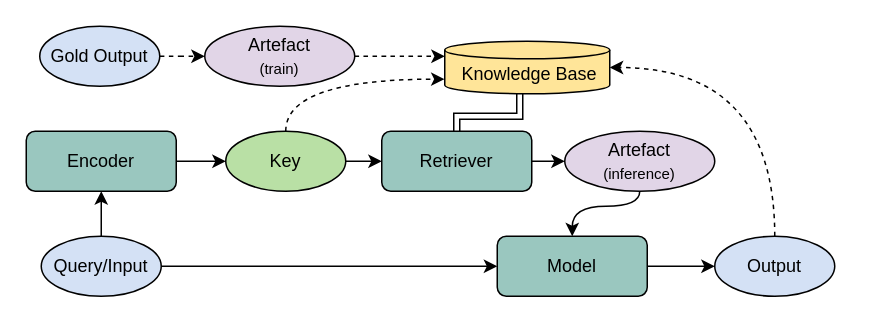
The draw.io diagram nlp_knowledge_graphs/paper/artefacts_1.drawio in zouharvi/uds-rug-student, before the edit. Source tidied: cells renumbered, new cells numbered last; positions are measured from the earlier drawing's top-left corner, leaving out a move shared by most shapes. Both pictures are drawn from the tidied source at 150%, with x=0, y=0 at pixel (26, 26).
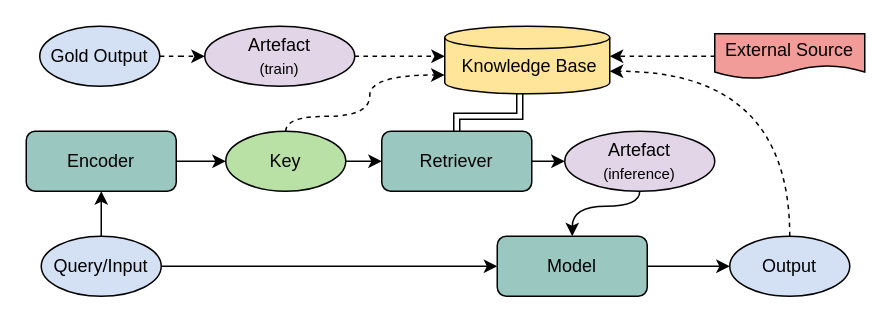
The same diagram, later.

Commit message (it also covers changes not shown here):
add projection 1 distances

The change refers to these unchanged cells:
```xml
<mxCell id="5" value="&lt;div&gt;Artefact&lt;/div&gt;&lt;div&gt;&lt;font style=&quot;font-size: 10px&quot;&gt;(train)&lt;/font&gt;&lt;br&gt;&lt;/div&gt;" style="ellipse;whiteSpace=wrap;html=1;fillColor=#E1D5E7;" parent="1" vertex="1">
  <mxGeometry x="119" width="100" height="40" as="geometry" />
</mxCell>
<mxCell id="10" value="Key" style="ellipse;whiteSpace=wrap;html=1;fillColor=#B9E0A5;" parent="1" vertex="1">
  <mxGeometry x="133" y="70" width="80" height="40" as="geometry" />
</mxCell>
```

Change to the diagram source:
```diff
@@
-    <mxCell id="4" style="edgeStyle=orthogonalEdgeStyle;curved=1;rounded=0;jettySize=auto;html=1;entryX=0;entryY=0.286;entryDx=0;entryDy=0;entryPerimeter=0;dashed=1;" parent="1" edge="1" source="5" target="21">
+    <mxCell id="4" style="edgeStyle=orthogonalEdgeStyle;curved=1;rounded=0;jettySize=auto;html=1;entryX=0;entryY=0.444;entryDx=0;entryDy=0;entryPerimeter=0;dashed=1;" parent="1" edge="1" source="5" target="21">
       <mxGeometry relative="1" as="geometry" />
     </mxCell>
@@
     <mxCell id="8" style="edgeStyle=orthogonalEdgeStyle;curved=1;rounded=0;jettySize=auto;html=1;dashed=1;exitX=0.5;exitY=0;exitDx=0;exitDy=0;entryX=-0.001;entryY=0.722;entryDx=0;entryDy=0;entryPerimeter=0;" parent="1" edge="1" source="10" target="21">
       <mxGeometry relative="1" as="geometry">
         <Array as="points">
-          <mxPoint x="173" y="35" />
+          <mxPoint x="173" y="60" />
+          <mxPoint x="229" y="60" />
+          <mxPoint x="229" y="33" />
         </Array>
       </mxGeometry>
     </mxCell>
@@
-    <mxCell id="16" style="edgeStyle=orthogonalEdgeStyle;curved=1;rounded=0;jettySize=auto;html=1;entryX=1;entryY=0.5;entryDx=0;entryDy=0;entryPerimeter=0;dashed=1;" parent="1" edge="1" source="17" target="21">
+    <mxCell id="16" style="edgeStyle=orthogonalEdgeStyle;curved=1;rounded=0;jettySize=auto;html=1;dashed=1;entryX=1;entryY=0.667;entryDx=0;entryDy=0;entryPerimeter=0;exitX=0.5;exitY=0;exitDx=0;exitDy=0;" parent="1" edge="1" source="17" target="21">
       <mxGeometry relative="1" as="geometry">
         <Array as="points">
-          <mxPoint x="499" y="28" />
+          <mxPoint x="509" y="30" />
         </Array>
       </mxGeometry>
     </mxCell>
     <mxCell id="17" value="Output" style="ellipse;whiteSpace=wrap;html=1;fillColor=#D4E1F5;" parent="1" vertex="1">
-      <mxGeometry x="459" y="140" width="80" height="40" as="geometry" />
+      <mxGeometry x="469" y="140" width="80" height="40" as="geometry" />
     </mxCell>
@@
     <mxCell id="21" value="&lt;font style=&quot;font-size: 12px&quot;&gt;&amp;nbsp;K&lt;/font&gt;nowledge Base&lt;font style=&quot;font-size: 24px&quot;&gt; &lt;/font&gt;" style="strokeWidth=1;html=1;shape=mxgraph.flowchart.database;whiteSpace=wrap;fillColor=#FFE599;" parent="1" vertex="1">
-      <mxGeometry x="279" y="10" width="110" height="35" as="geometry" />
+      <mxGeometry x="279" width="110" height="45" as="geometry" />
     </mxCell>
@@
+    <mxCell id="24" style="edgeStyle=orthogonalEdgeStyle;curved=1;rounded=0;jettySize=auto;html=1;entryX=1;entryY=0.444;entryDx=0;entryDy=0;entryPerimeter=0;dashed=1;" parent="1" edge="1" source="25" target="21">
+      <mxGeometry relative="1" as="geometry" />
+    </mxCell>
+    <mxCell id="25" value="External Source" style="shape=document;whiteSpace=wrap;html=1;boundedLbl=1;fillColor=#F19C99;" parent="1" vertex="1">
+      <mxGeometry x="459" y="5" width="100" height="30" as="geometry" />
+    </mxCell>
```
